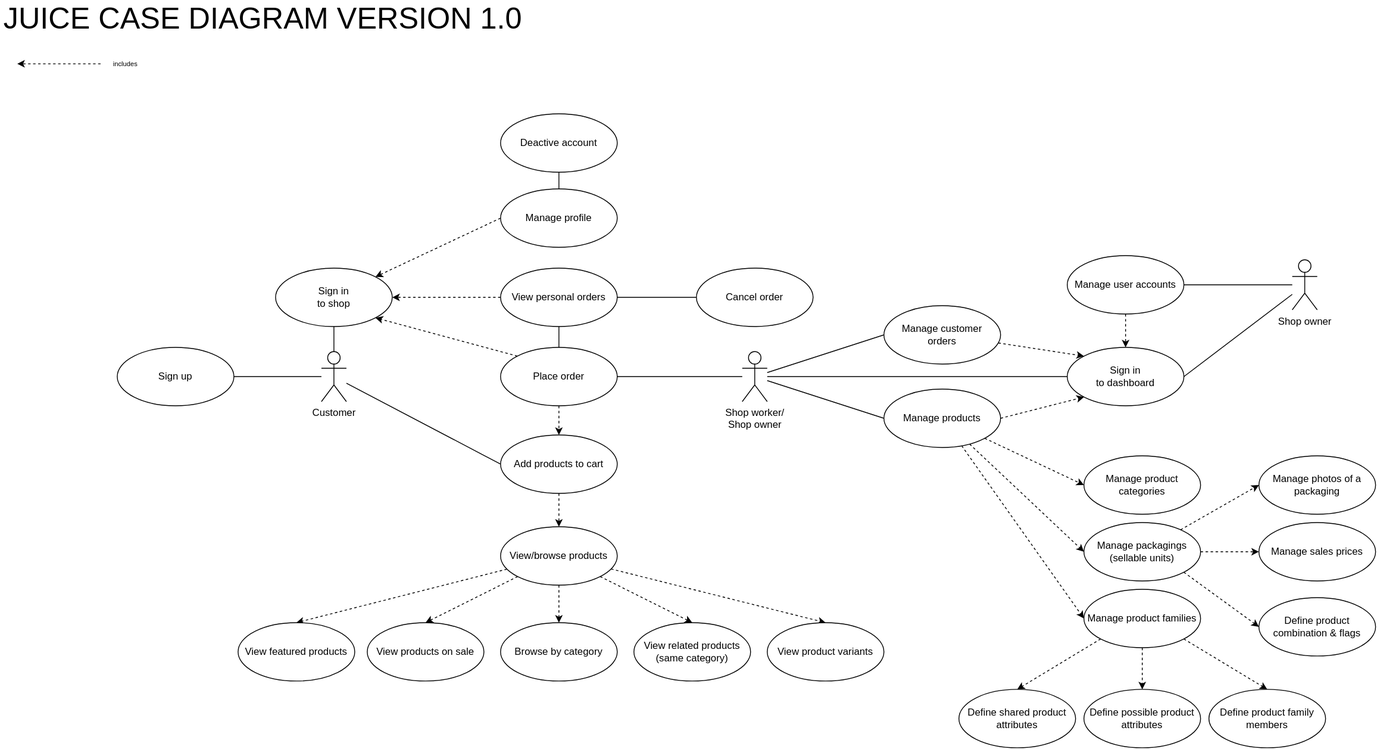
Earlier version of the draw.io export docs/diagrams/use-cases.drawio.svg (thedatasnok/webshop). Source tidied: cells renumbered, new cells last; positions are measured from the earlier drawing's top-left corner, leaving out a move shared by most shapes.
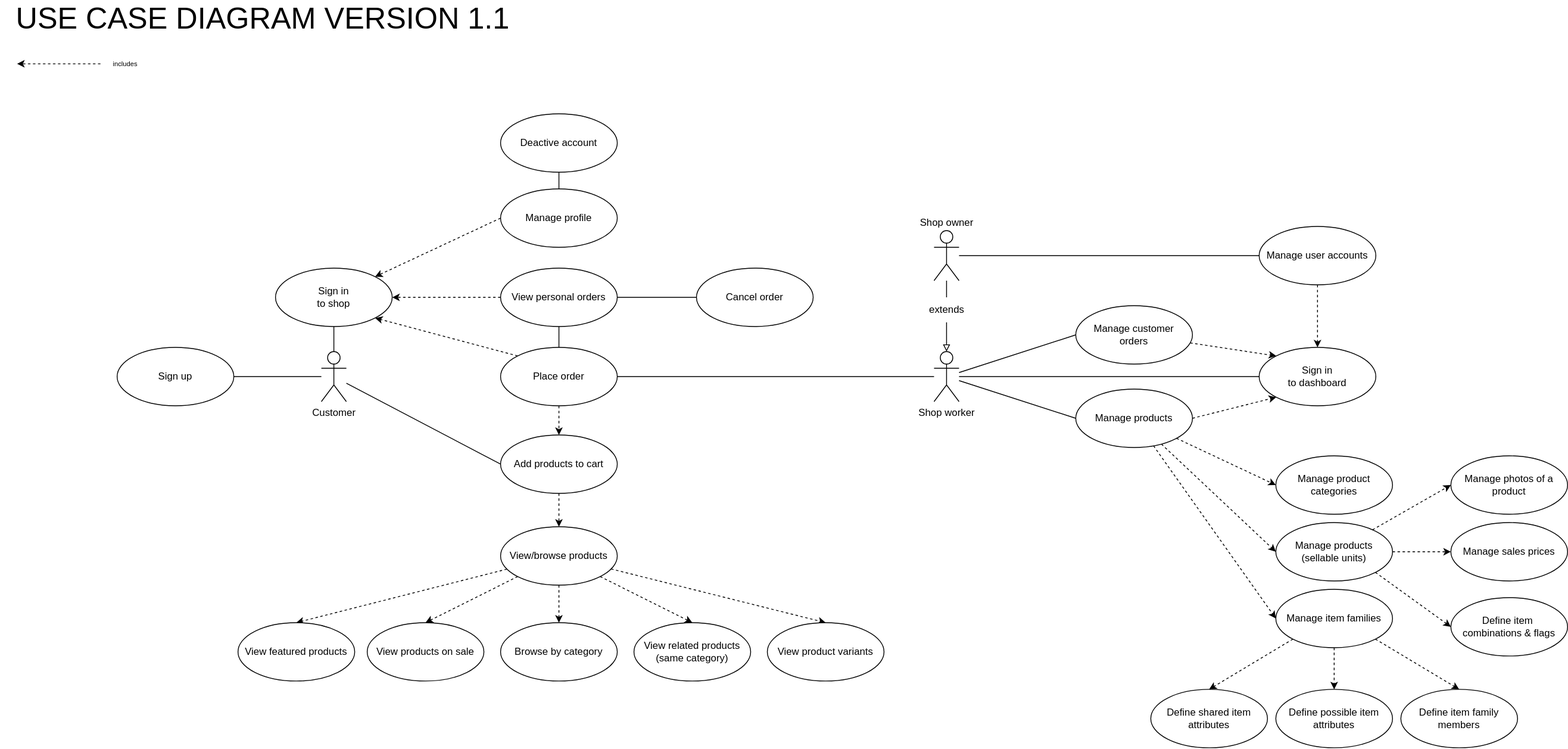
The same file after the commit.

Commit message:
docs: update terminology and make shop owner extend worker actor

Diff of the diagram source:
```diff
@@ -62,14 +62,14 @@
     <mxCell id="21" style="edgeStyle=none;html=1;entryX=1;entryY=0.5;entryDx=0;entryDy=0;fontSize=12;startArrow=none;startFill=0;endArrow=none;endFill=0;" parent="1" edge="1" source="22" target="8">
       <mxGeometry relative="1" as="geometry" />
     </mxCell>
-    <mxCell id="22" value="Shop worker/&lt;br&gt;Shop owner" style="shape=umlActor;verticalLabelPosition=bottom;verticalAlign=top;html=1;" parent="1" vertex="1">
-      <mxGeometry x="890" y="415" width="30" height="60" as="geometry" />
+    <mxCell id="22" value="Shop worker" style="shape=umlActor;verticalLabelPosition=bottom;verticalAlign=top;html=1;" parent="1" vertex="1">
+      <mxGeometry x="1120" y="415" width="30" height="60" as="geometry" />
     </mxCell>
     <mxCell id="23" style="edgeStyle=none;html=1;entryX=0;entryY=0;entryDx=0;entryDy=0;dashed=1;fontSize=8;endArrow=classic;endFill=1;" parent="1" edge="1" source="24" target="29">
       <mxGeometry relative="1" as="geometry" />
     </mxCell>
     <mxCell id="24" value="Manage customer&lt;br&gt;orders" style="ellipse;whiteSpace=wrap;html=1;" parent="1" vertex="1">
-      <mxGeometry x="1060" y="360" width="140" height="70" as="geometry" />
+      <mxGeometry x="1290" y="360" width="140" height="70" as="geometry" />
     </mxCell>
     <mxCell id="25" style="edgeStyle=none;html=1;endArrow=classic;endFill=1;exitX=0;exitY=0;exitDx=0;exitDy=0;dashed=1;entryX=1;entryY=1;entryDx=0;entryDy=0;" parent="1" edge="1" source="8" target="10">
       <mxGeometry relative="1" as="geometry" />
@@ -87,13 +87,13 @@
       <mxGeometry relative="1" as="geometry" />
     </mxCell>
     <mxCell id="29" value="Sign in&lt;br&gt;to dashboard" style="ellipse;whiteSpace=wrap;html=1;" parent="1" vertex="1">
-      <mxGeometry x="1280" y="410" width="140" height="70" as="geometry" />
+      <mxGeometry x="1510" y="410" width="140" height="70" as="geometry" />
     </mxCell>
     <mxCell id="30" style="edgeStyle=none;html=1;dashed=1;fontSize=8;endArrow=classic;endFill=1;" parent="1" edge="1" source="31" target="29">
       <mxGeometry relative="1" as="geometry" />
     </mxCell>
     <mxCell id="31" value="Manage user accounts" style="ellipse;whiteSpace=wrap;html=1;" parent="1" vertex="1">
-      <mxGeometry x="1280" y="300" width="140" height="70" as="geometry" />
+      <mxGeometry x="1510" y="265" width="140" height="70" as="geometry" />
     </mxCell>
     <mxCell id="32" style="edgeStyle=none;html=1;fontSize=12;endArrow=classic;endFill=1;dashed=1;entryX=0;entryY=0.5;entryDx=0;entryDy=0;" parent="1" edge="1" source="35" target="37">
       <mxGeometry relative="1" as="geometry" />
@@ -105,13 +105,13 @@
       <mxGeometry relative="1" as="geometry" />
     </mxCell>
     <mxCell id="35" value="&lt;font style=&quot;font-size: 12px;&quot;&gt;Manage products&lt;br&gt;&lt;/font&gt;" style="ellipse;whiteSpace=wrap;html=1;fontSize=8;" parent="1" vertex="1">
-      <mxGeometry x="1060" y="460" width="140" height="70" as="geometry" />
+      <mxGeometry x="1290" y="460" width="140" height="70" as="geometry" />
     </mxCell>
     <mxCell id="36" style="edgeStyle=none;html=1;dashed=1;fontSize=8;endArrow=classic;endFill=1;entryX=0;entryY=1;entryDx=0;entryDy=0;exitX=1;exitY=0.5;exitDx=0;exitDy=0;" parent="1" edge="1" source="35" target="29">
       <mxGeometry relative="1" as="geometry" />
     </mxCell>
     <mxCell id="37" value="&lt;font style=&quot;font-size: 12px;&quot;&gt;Manage product categories&lt;br&gt;&lt;/font&gt;" style="ellipse;whiteSpace=wrap;html=1;fontSize=8;" parent="1" vertex="1">
-      <mxGeometry x="1300" y="540" width="140" height="70" as="geometry" />
+      <mxGeometry x="1530" y="540" width="140" height="70" as="geometry" />
     </mxCell>
     <mxCell id="38" style="edgeStyle=none;html=1;entryX=0;entryY=0.5;entryDx=0;entryDy=0;dashed=1;fontSize=12;startArrow=none;startFill=0;endArrow=classic;endFill=1;" parent="1" edge="1" source="40" target="45">
       <mxGeometry relative="1" as="geometry" />
@@ -119,11 +119,11 @@
     <mxCell id="39" style="edgeStyle=none;html=1;entryX=0;entryY=0.5;entryDx=0;entryDy=0;dashed=1;fontSize=12;startArrow=none;startFill=0;endArrow=classic;endFill=1;" parent="1" edge="1" source="40" target="44">
       <mxGeometry relative="1" as="geometry" />
     </mxCell>
-    <mxCell id="40" value="&lt;font style=&quot;font-size: 12px;&quot;&gt;Manage packagings (sellable units)&lt;br&gt;&lt;/font&gt;" style="ellipse;whiteSpace=wrap;html=1;fontSize=8;" parent="1" vertex="1">
-      <mxGeometry x="1300" y="620" width="140" height="70" as="geometry" />
+    <mxCell id="40" value="&lt;font style=&quot;font-size: 12px;&quot;&gt;Manage products (sellable units)&lt;br&gt;&lt;/font&gt;" style="ellipse;whiteSpace=wrap;html=1;fontSize=8;" parent="1" vertex="1">
+      <mxGeometry x="1530" y="620" width="140" height="70" as="geometry" />
     </mxCell>
-    <mxCell id="41" value="&lt;font style=&quot;font-size: 12px;&quot;&gt;Manage product families&lt;br&gt;&lt;/font&gt;" style="ellipse;whiteSpace=wrap;html=1;fontSize=8;" parent="1" vertex="1">
-      <mxGeometry x="1300" y="700" width="140" height="70" as="geometry" />
+    <mxCell id="41" value="&lt;font style=&quot;font-size: 12px;&quot;&gt;Manage item families&lt;br&gt;&lt;/font&gt;" style="ellipse;whiteSpace=wrap;html=1;fontSize=8;" parent="1" vertex="1">
+      <mxGeometry x="1530" y="700" width="140" height="70" as="geometry" />
     </mxCell>
     <mxCell id="42" value="View related products&lt;br&gt;(same category)" style="ellipse;whiteSpace=wrap;html=1;" parent="1" vertex="1">
       <mxGeometry x="760" y="740" width="140" height="70" as="geometry" />
@@ -132,10 +132,10 @@
       <mxGeometry x="920" y="740" width="140" height="70" as="geometry" />
     </mxCell>
     <mxCell id="44" value="&lt;font style=&quot;font-size: 12px;&quot;&gt;Manage sales prices&lt;br&gt;&lt;/font&gt;" style="ellipse;whiteSpace=wrap;html=1;fontSize=8;" parent="1" vertex="1">
-      <mxGeometry x="1510" y="620" width="140" height="70" as="geometry" />
+      <mxGeometry x="1740" y="620" width="140" height="70" as="geometry" />
     </mxCell>
-    <mxCell id="45" value="&lt;font style=&quot;font-size: 12px;&quot;&gt;Manage photos of a packaging&lt;br&gt;&lt;/font&gt;" style="ellipse;whiteSpace=wrap;html=1;fontSize=8;" parent="1" vertex="1">
-      <mxGeometry x="1510" y="540" width="140" height="70" as="geometry" />
+    <mxCell id="45" value="&lt;font style=&quot;font-size: 12px;&quot;&gt;Manage photos of a product&lt;br&gt;&lt;/font&gt;" style="ellipse;whiteSpace=wrap;html=1;fontSize=8;" parent="1" vertex="1">
+      <mxGeometry x="1740" y="540" width="140" height="70" as="geometry" />
     </mxCell>
     <mxCell id="46" style="edgeStyle=none;html=1;fontSize=12;startArrow=none;startFill=0;endArrow=none;endFill=0;" parent="1" edge="1" source="47" target="17">
       <mxGeometry relative="1" as="geometry" />
@@ -155,14 +155,16 @@
     <mxCell id="51" value="Deactive account" style="ellipse;whiteSpace=wrap;html=1;fontSize=12;" parent="1" vertex="1">
       <mxGeometry x="600" y="130" width="140" height="70" as="geometry" />
     </mxCell>
-    <mxCell id="52" style="edgeStyle=none;html=1;entryX=1;entryY=0.5;entryDx=0;entryDy=0;fontSize=12;startArrow=none;startFill=0;endArrow=none;endFill=0;" parent="1" edge="1" source="54" target="31">
+    <mxCell id="52" style="edgeStyle=none;html=1;entryX=0;entryY=0.5;entryDx=0;entryDy=0;fontSize=12;startArrow=none;startFill=0;endArrow=none;endFill=0;" parent="1" edge="1" source="54" target="31">
       <mxGeometry relative="1" as="geometry" />
     </mxCell>
-    <mxCell id="53" style="edgeStyle=none;html=1;entryX=1;entryY=0.5;entryDx=0;entryDy=0;fontSize=12;startArrow=none;startFill=0;endArrow=none;endFill=0;" parent="1" edge="1" source="54" target="29">
-      <mxGeometry relative="1" as="geometry" />
-    </mxCell>
+    <mxCell id="69" style="edgeStyle=none;html=1;startArrow=none;endArrow=block;endFill=0;" parent="1" edge="1" source="71">
+      <mxGeometry relative="1" as="geometry">
+        <mxPoint x="1135" y="415" as="targetPoint" />
+      </mxGeometry>
+    </mxCell>
-    <mxCell id="54" value="Shop owner" style="shape=umlActor;verticalLabelPosition=bottom;verticalAlign=top;html=1;outlineConnect=0;fontSize=12;" parent="1" vertex="1">
-      <mxGeometry x="1550" y="305" width="30" height="60" as="geometry" />
+    <mxCell id="54" value="Shop owner" style="shape=umlActor;verticalLabelPosition=top;verticalAlign=bottom;html=1;outlineConnect=0;fontSize=12;labelPosition=center;align=center;" parent="1" vertex="1">
+      <mxGeometry x="1120" y="270" width="30" height="60" as="geometry" />
     </mxCell>
     <mxCell id="55" value="Add products to cart" style="ellipse;whiteSpace=wrap;html=1;" parent="1" vertex="1">
       <mxGeometry x="600" y="515" width="140" height="70" as="geometry" />
@@ -179,20 +181,20 @@
     <mxCell id="59" value="View featured products" style="ellipse;whiteSpace=wrap;html=1;fontSize=12;" parent="1" vertex="1">
       <mxGeometry x="285" y="740" width="140" height="70" as="geometry" />
     </mxCell>
-    <mxCell id="60" value="&lt;font style=&quot;font-size: 36px;&quot;&gt;JUICE CASE DIAGRAM VERSION 1.0&lt;/font&gt;" style="text;html=1;strokeColor=none;fillColor=none;align=center;verticalAlign=middle;whiteSpace=wrap;rounded=0;fontSize=12;" parent="1" vertex="1">
+    <mxCell id="60" value="&lt;font style=&quot;font-size: 36px;&quot;&gt;USE CASE DIAGRAM VERSION 1.1&lt;/font&gt;" style="text;html=1;strokeColor=none;fillColor=none;align=center;verticalAlign=middle;whiteSpace=wrap;rounded=0;fontSize=12;" parent="1" vertex="1">
       <mxGeometry width="630" height="30" as="geometry" />
     </mxCell>
-    <mxCell id="61" value="&lt;font style=&quot;font-size: 12px;&quot;&gt;Define product combination &amp;amp; flags&lt;br&gt;&lt;/font&gt;" style="ellipse;whiteSpace=wrap;html=1;fontSize=8;" parent="1" vertex="1">
-      <mxGeometry x="1510" y="710" width="140" height="70" as="geometry" />
+    <mxCell id="61" value="&lt;font style=&quot;font-size: 12px;&quot;&gt;Define item&amp;nbsp; combinations &amp;amp; flags&lt;br&gt;&lt;/font&gt;" style="ellipse;whiteSpace=wrap;html=1;fontSize=8;" parent="1" vertex="1">
+      <mxGeometry x="1740" y="710" width="140" height="70" as="geometry" />
     </mxCell>
     <mxCell id="62" style="edgeStyle=none;html=1;entryX=0;entryY=0.5;entryDx=0;entryDy=0;dashed=1;fontSize=12;startArrow=none;startFill=0;endArrow=classic;endFill=1;exitX=1;exitY=1;exitDx=0;exitDy=0;" parent="1" edge="1" source="40" target="61">
       <mxGeometry relative="1" as="geometry" />
     </mxCell>
-    <mxCell id="63" value="&lt;font style=&quot;font-size: 12px;&quot;&gt;Define shared product attributes&lt;br&gt;&lt;/font&gt;" style="ellipse;whiteSpace=wrap;html=1;fontSize=8;" parent="1" vertex="1">
-      <mxGeometry x="1150" y="820" width="140" height="70" as="geometry" />
+    <mxCell id="63" value="&lt;font style=&quot;font-size: 12px;&quot;&gt;Define shared item attributes&lt;br&gt;&lt;/font&gt;" style="ellipse;whiteSpace=wrap;html=1;fontSize=8;" parent="1" vertex="1">
+      <mxGeometry x="1380" y="820" width="140" height="70" as="geometry" />
     </mxCell>
-    <mxCell id="64" value="&lt;font style=&quot;font-size: 12px;&quot;&gt;Define possible product attributes&lt;br&gt;&lt;/font&gt;" style="ellipse;whiteSpace=wrap;html=1;fontSize=8;" parent="1" vertex="1">
-      <mxGeometry x="1300" y="820" width="140" height="70" as="geometry" />
+    <mxCell id="64" value="&lt;font style=&quot;font-size: 12px;&quot;&gt;Define possible item attributes&lt;br&gt;&lt;/font&gt;" style="ellipse;whiteSpace=wrap;html=1;fontSize=8;" parent="1" vertex="1">
+      <mxGeometry x="1530" y="820" width="140" height="70" as="geometry" />
     </mxCell>
     <mxCell id="65" style="edgeStyle=none;html=1;entryX=0.5;entryY=0;entryDx=0;entryDy=0;dashed=1;fontSize=12;startArrow=none;startFill=0;endArrow=classic;endFill=1;exitX=0;exitY=1;exitDx=0;exitDy=0;" parent="1" edge="1" source="41" target="63">
       <mxGeometry relative="1" as="geometry" />
@@ -200,11 +202,17 @@
     <mxCell id="66" style="edgeStyle=none;html=1;entryX=0.5;entryY=0;entryDx=0;entryDy=0;dashed=1;fontSize=12;startArrow=none;startFill=0;endArrow=classic;endFill=1;exitX=0.5;exitY=1;exitDx=0;exitDy=0;" parent="1" edge="1" source="41" target="64">
       <mxGeometry relative="1" as="geometry" />
     </mxCell>
-    <mxCell id="67" value="&lt;font style=&quot;font-size: 12px;&quot;&gt;Define product family members&lt;br&gt;&lt;/font&gt;" style="ellipse;whiteSpace=wrap;html=1;fontSize=8;" parent="1" vertex="1">
-      <mxGeometry x="1450" y="820" width="140" height="70" as="geometry" />
+    <mxCell id="67" value="&lt;font style=&quot;font-size: 12px;&quot;&gt;Define item family members&lt;br&gt;&lt;/font&gt;" style="ellipse;whiteSpace=wrap;html=1;fontSize=8;" parent="1" vertex="1">
+      <mxGeometry x="1680" y="820" width="140" height="70" as="geometry" />
     </mxCell>
     <mxCell id="68" style="edgeStyle=none;html=1;entryX=0.5;entryY=0;entryDx=0;entryDy=0;dashed=1;fontSize=12;startArrow=none;startFill=0;endArrow=classic;endFill=1;exitX=1;exitY=1;exitDx=0;exitDy=0;" parent="1" edge="1" source="41" target="67">
       <mxGeometry relative="1" as="geometry" />
     </mxCell>
+    <mxCell id="70" style="edgeStyle=none;html=1;entryX=0.5;entryY=0;entryDx=0;entryDy=0;entryPerimeter=0;endArrow=none;" parent="1" edge="1" source="54" target="71">
+      <mxGeometry relative="1" as="geometry" />
+    </mxCell>
+    <mxCell id="71" value="extends" style="text;html=1;align=center;verticalAlign=middle;points=[];strokeColor=none;fillColor=none;" parent="1" vertex="1">
+      <mxGeometry x="1100" y="350" width="70" height="30" as="geometry" />
+    </mxCell>
   </root>
 </mxGraphModel>
```
